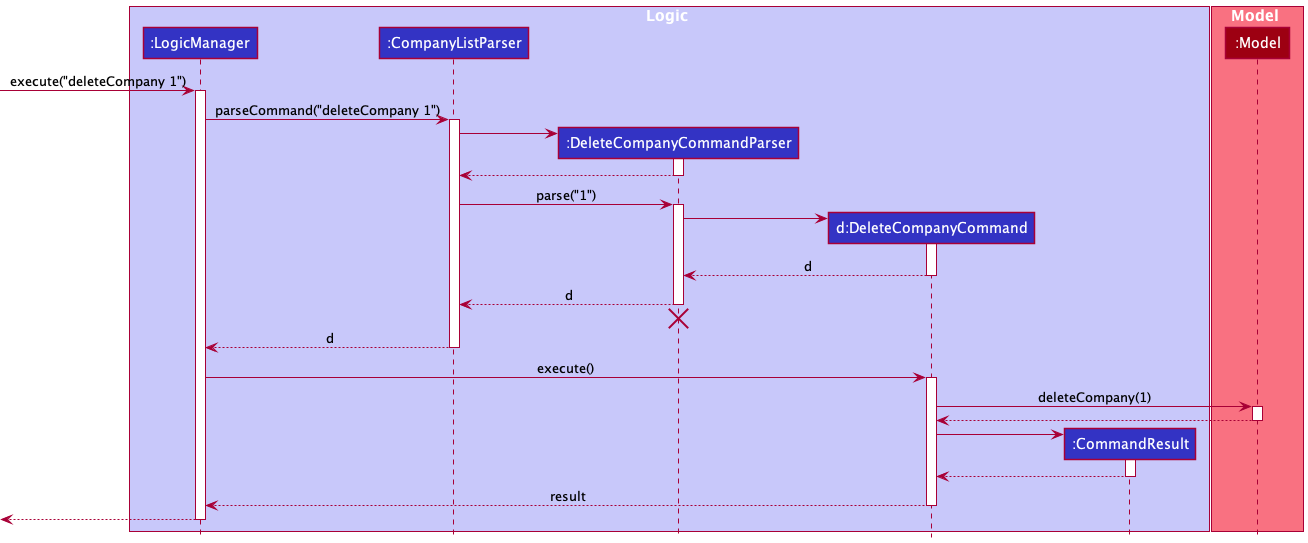
This is docs/images/DeleteCompanySequenceDiagram.png from nus-cs2103-AY2122S2/tp, a PlantUML export, as it was before one commit.
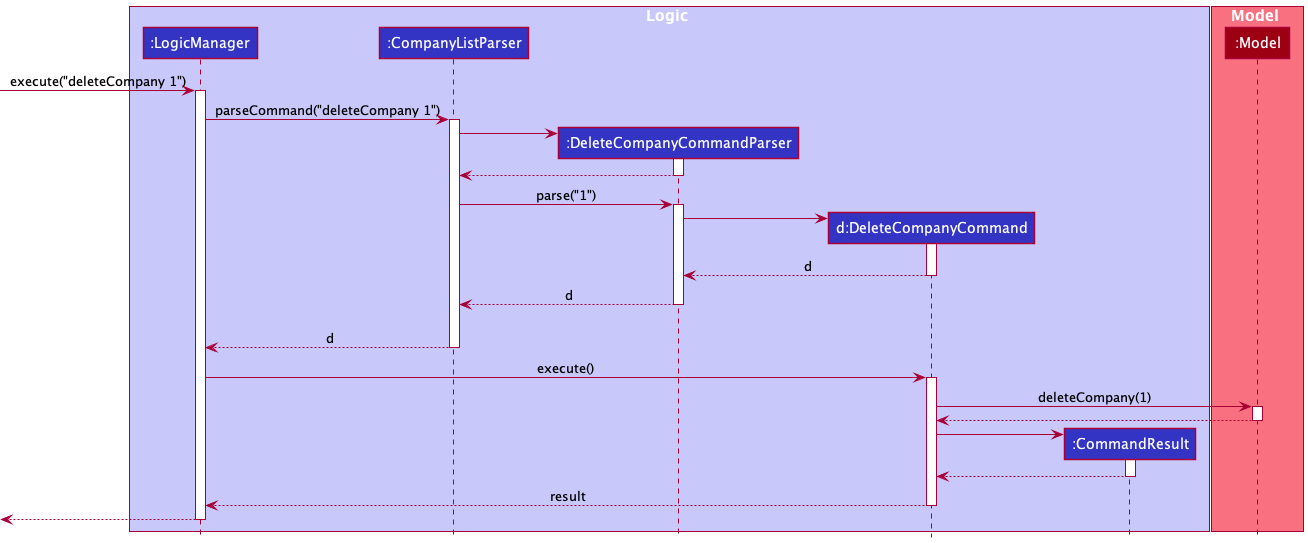
The same diagram one commit later.

Commit message:
Update Find and DeleteCompany Sequence Diagrams

What changed in the source:
```diff
@@ -39,7 +39,6 @@
 DeleteCompanyCommandParser --> CompanyListParser : d
 deactivate DeleteCompanyCommandParser
 DeleteCompanyCommandParser -[hidden]-> CompanyListParser
-destroy DeleteCompanyCommandParser
 
 CompanyListParser --> LogicManager : d
 deactivate CompanyListParser
```
